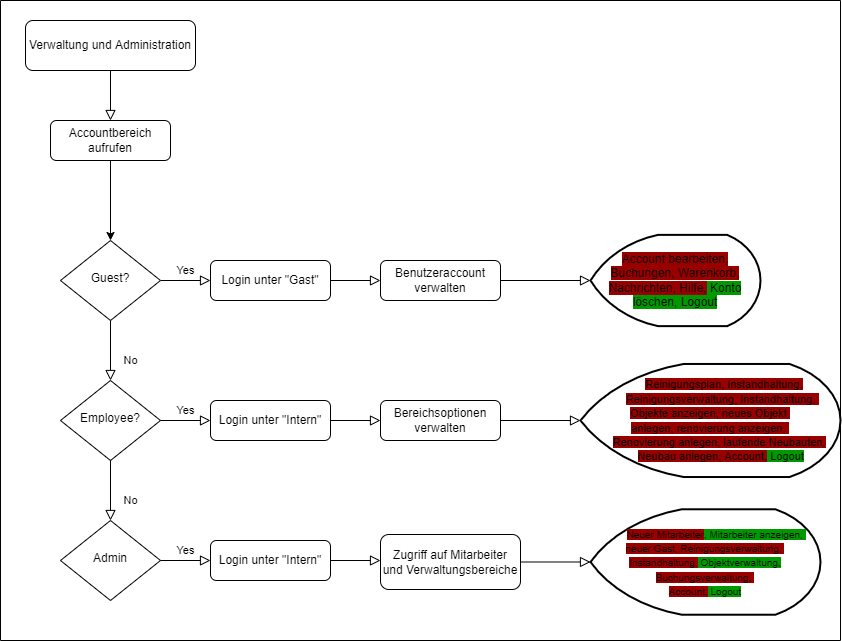
Earlier version of the draw.io export SuPa/assets/documentation/FlowCharts/Verwaltung_Administration.drawio.png (hatta137/sunshineparks). Source tidied: cells renumbered, new cells last; positions are measured from the earlier drawing's top-left corner, leaving out a move shared by most shapes.
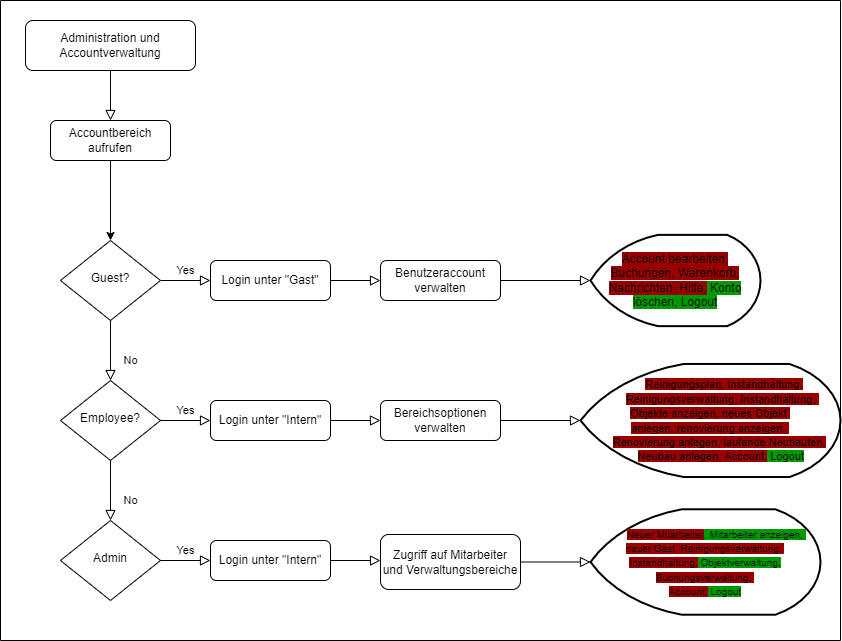
Later version of the same file.

Change to the diagram source:
```diff
@@ -7,7 +7,7 @@
         <mxPoint x="110" y="120" as="targetPoint" />
       </mxGeometry>
     </mxCell>
-    <mxCell id="3" value="Verwaltung und Administration" style="rounded=1;whiteSpace=wrap;html=1;fontSize=12;glass=0;strokeWidth=1;shadow=0;" parent="1" vertex="1">
+    <mxCell id="3" value="Administration und Accountverwaltung" style="rounded=1;whiteSpace=wrap;html=1;fontSize=12;glass=0;strokeWidth=1;shadow=0;" parent="1" vertex="1">
       <mxGeometry x="25" y="20" width="170" height="50" as="geometry" />
     </mxCell>
     <mxCell id="4" style="edgeStyle=orthogonalEdgeStyle;rounded=0;jettySize=auto;html=1;entryX=0.5;entryY=0;entryDx=0;entryDy=0;" parent="1" edge="1" source="5" target="8">
```
